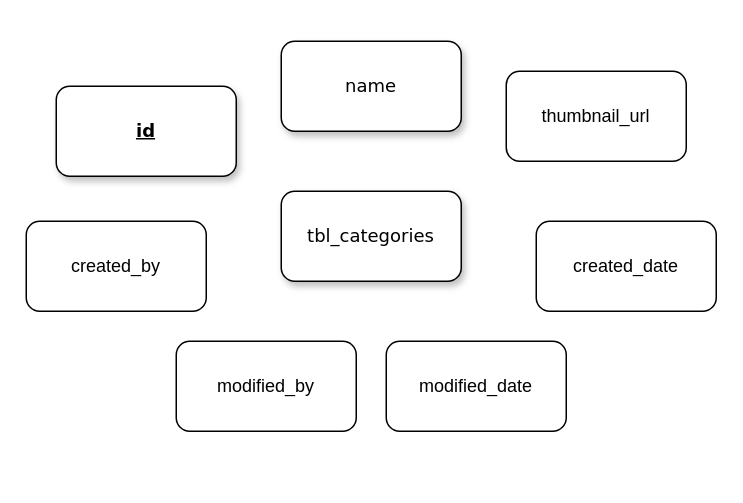
This is assets/flow-chart/entity-categories.drawio from anhnbt-it/e-Commerce-CMS, a draw.io file, before an edit. Source tidied: cells renumbered, new cells numbered last; positions are measured from the earlier drawing's top-left corner, leaving out a move shared by most shapes. Both pictures are drawn from the tidied source at 150%, with x=0, y=0 at pixel (26, 40).
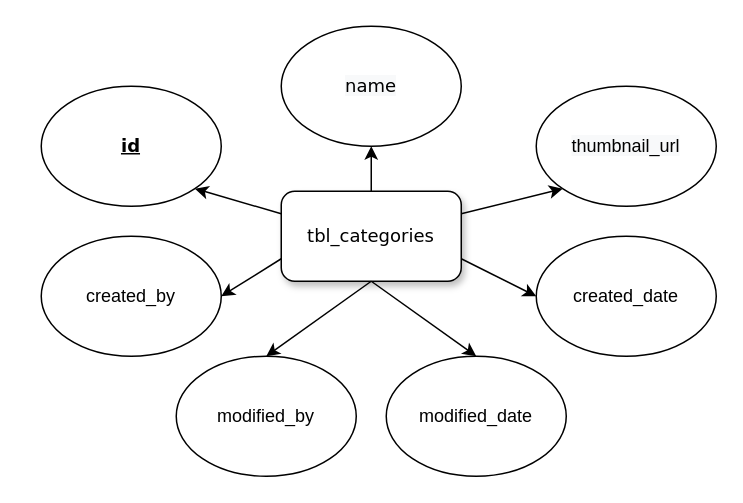
Above is the later version.

Commit message:
Vẽ lại bảng tbl_categories

Change to the diagram source:
```diff
@@
 <mxGraphModel background="#ffffff">
   <root>
     <mxCell id="0" />
     <mxCell id="1" parent="0" />
+    <mxCell id="10" style="edgeStyle=orthogonalEdgeStyle;rounded=0;jettySize=auto;html=1;" parent="1" edge="1" source="2" target="4">
+      <mxGeometry relative="1" as="geometry" />
+    </mxCell>
     <mxCell id="2" value="tbl_categories" style="whiteSpace=wrap;html=1;rounded=1;shadow=1;labelBackgroundColor=none;strokeWidth=1;fontFamily=Verdana;fontSize=12;align=center;" parent="1" vertex="1">
       <mxGeometry x="170" y="100" width="120" height="60" as="geometry" />
     </mxCell>
-    <mxCell id="3" value="&lt;span&gt;&lt;u&gt;&lt;b&gt;id&lt;/b&gt;&lt;/u&gt;&lt;/span&gt;" style="whiteSpace=wrap;html=1;rounded=1;shadow=1;labelBackgroundColor=none;strokeWidth=1;fontFamily=Verdana;fontSize=12;align=center;" parent="1" vertex="1">
-      <mxGeometry x="20" y="30" width="120" height="60" as="geometry" />
+    <mxCell id="3" value="&lt;u style=&quot;font-family: &amp;#34;verdana&amp;#34;&quot;&gt;&lt;b&gt;id&lt;/b&gt;&lt;/u&gt;" style="ellipse;whiteSpace=wrap;html=1;glass=0;sketch=0;fillColor=#ffffff;" parent="1" vertex="1">
+      <mxGeometry x="10" y="30" width="120" height="80" as="geometry" />
     </mxCell>
-    <mxCell id="4" value="&lt;span&gt;name&lt;/span&gt;" style="whiteSpace=wrap;html=1;rounded=1;shadow=1;labelBackgroundColor=none;strokeWidth=1;fontFamily=Verdana;fontSize=12;align=center;" parent="1" vertex="1">
-      <mxGeometry x="170" width="120" height="60" as="geometry" />
-    </mxCell>
-    <mxCell id="5" value="thumbnail_url" style="rounded=1;whiteSpace=wrap;html=1;" parent="1" vertex="1">
-      <mxGeometry x="320" y="20" width="120" height="60" as="geometry" />
-    </mxCell>
-    <mxCell id="6" value="created_by" style="rounded=1;whiteSpace=wrap;html=1;" parent="1" vertex="1">
-      <mxGeometry y="120" width="120" height="60" as="geometry" />
+    <mxCell id="6" value="&lt;span&gt;created_by&lt;/span&gt;" style="ellipse;whiteSpace=wrap;html=1;glass=0;sketch=0;fillColor=#ffffff;" parent="1" vertex="1">
+      <mxGeometry x="10" y="130" width="120" height="80" as="geometry" />
     </mxCell>
-    <mxCell id="7" value="modified_by" style="rounded=1;whiteSpace=wrap;html=1;" parent="1" vertex="1">
-      <mxGeometry x="100" y="200" width="120" height="60" as="geometry" />
+    <mxCell id="7" value="&lt;span&gt;modified_by&lt;/span&gt;" style="ellipse;whiteSpace=wrap;html=1;glass=0;sketch=0;fillColor=#ffffff;" parent="1" vertex="1">
+      <mxGeometry x="100" y="210" width="120" height="80" as="geometry" />
     </mxCell>
+    <mxCell id="9" value="&lt;span&gt;modified_date&lt;/span&gt;" style="ellipse;whiteSpace=wrap;html=1;glass=0;sketch=0;fillColor=#ffffff;" parent="1" vertex="1">
+      <mxGeometry x="240" y="210" width="120" height="80" as="geometry" />
+    </mxCell>
-    <mxCell id="8" value="created_date" style="rounded=1;whiteSpace=wrap;html=1;" parent="1" vertex="1">
-      <mxGeometry x="340" y="120" width="120" height="60" as="geometry" />
+    <mxCell id="8" value="&lt;span&gt;created_date&lt;/span&gt;" style="ellipse;whiteSpace=wrap;html=1;glass=0;sketch=0;fillColor=#ffffff;" parent="1" vertex="1">
+      <mxGeometry x="340" y="130" width="120" height="80" as="geometry" />
     </mxCell>
-    <mxCell id="9" value="modified_date" style="rounded=1;whiteSpace=wrap;html=1;" parent="1" vertex="1">
-      <mxGeometry x="240" y="200" width="120" height="60" as="geometry" />
-    </mxCell>
+    <mxCell id="5" value="&#10;&#10;&lt;span style=&quot;color: rgb(0, 0, 0); font-family: helvetica; font-size: 12px; font-style: normal; font-weight: 400; letter-spacing: normal; text-align: center; text-indent: 0px; text-transform: none; word-spacing: 0px; background-color: rgb(248, 249, 250); display: inline; float: none;&quot;&gt;thumbnail_url&lt;/span&gt;&#10;&#10;" style="ellipse;whiteSpace=wrap;html=1;glass=0;sketch=0;fillColor=#ffffff;" parent="1" vertex="1">
+      <mxGeometry x="340" y="30" width="120" height="80" as="geometry" />
+    </mxCell>
+    <mxCell id="4" value="&#10;&#10;&lt;span style=&quot;color: rgb(0, 0, 0); font-family: verdana; font-size: 12px; font-style: normal; font-weight: 400; letter-spacing: normal; text-align: center; text-indent: 0px; text-transform: none; word-spacing: 0px; background-color: rgb(248, 249, 250); display: inline; float: none;&quot;&gt;name&lt;/span&gt;&#10;&#10;" style="ellipse;whiteSpace=wrap;html=1;glass=0;sketch=0;fillColor=#ffffff;" parent="1" vertex="1">
+      <mxGeometry x="170" y="-10" width="120" height="80" as="geometry" />
+    </mxCell>
+    <mxCell id="11" style="endArrow=classic;html=1;entryX=1;entryY=1;entryDx=0;entryDy=0;exitX=0;exitY=0.25;exitDx=0;exitDy=0;" parent="1" edge="1" source="2" target="3">
+      <mxGeometry relative="1" as="geometry" />
+    </mxCell>
+    <mxCell id="12" style="endArrow=classic;html=1;entryX=1;entryY=0.5;entryDx=0;entryDy=0;exitX=0;exitY=0.75;exitDx=0;exitDy=0;" parent="1" edge="1" source="2" target="6">
+      <mxGeometry relative="1" as="geometry" />
+    </mxCell>
+    <mxCell id="13" style="endArrow=classic;html=1;entryX=0;entryY=1;entryDx=0;entryDy=0;exitX=1;exitY=0.25;exitDx=0;exitDy=0;" parent="1" edge="1" source="2" target="5">
+      <mxGeometry relative="1" as="geometry" />
+    </mxCell>
+    <mxCell id="14" style="endArrow=classic;html=1;entryX=0;entryY=0.5;entryDx=0;entryDy=0;exitX=1;exitY=0.75;exitDx=0;exitDy=0;" parent="1" edge="1" source="2" target="8">
+      <mxGeometry relative="1" as="geometry" />
+    </mxCell>
+    <mxCell id="15" style="endArrow=classic;html=1;exitX=0.5;exitY=1;exitDx=0;exitDy=0;entryX=0.5;entryY=0;entryDx=0;entryDy=0;" parent="1" edge="1" source="2" target="7">
+      <mxGeometry relative="1" as="geometry" />
+    </mxCell>
+    <mxCell id="16" style="endArrow=classic;html=1;exitX=0.5;exitY=1;exitDx=0;exitDy=0;entryX=0.5;entryY=0;entryDx=0;entryDy=0;" parent="1" edge="1" source="2" target="9">
+      <mxGeometry relative="1" as="geometry" />
+    </mxCell>
   </root>
 </mxGraphModel>
```
